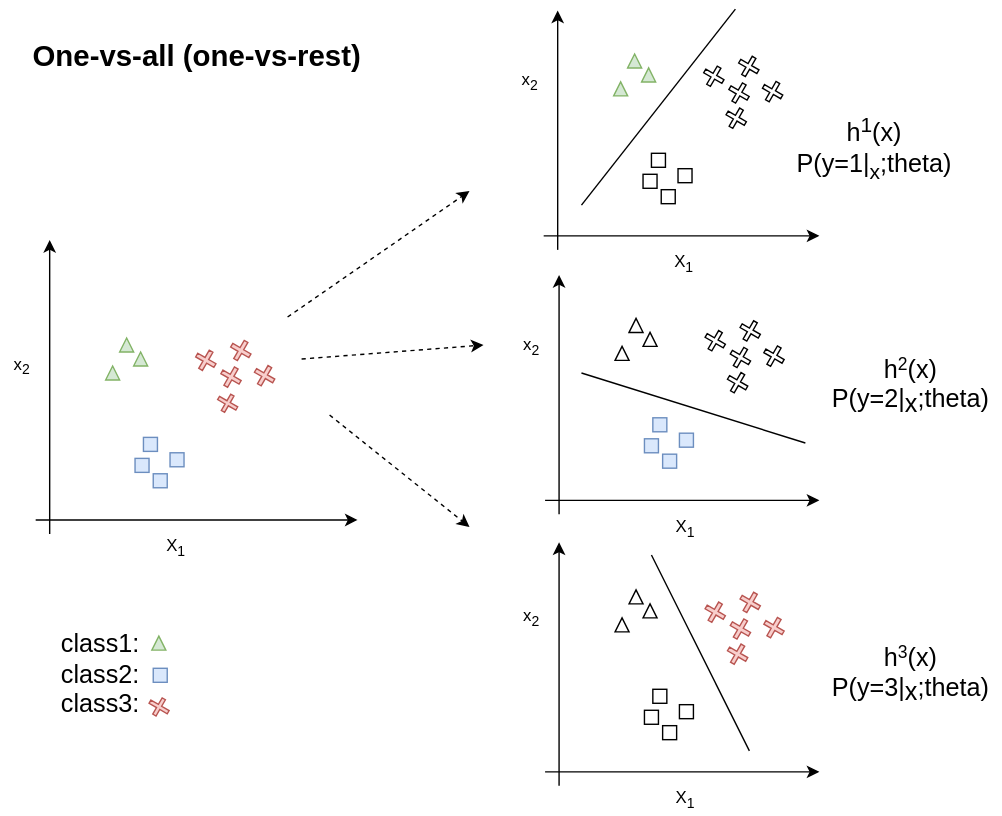
The draw.io diagram media/one-vs-all.drawio.svg in arun-jathari/data-science-, before a commit. Source tidied: cells renumbered, new cells last; positions are measured from the earlier drawing's top-left corner, leaving out a move shared by most shapes.
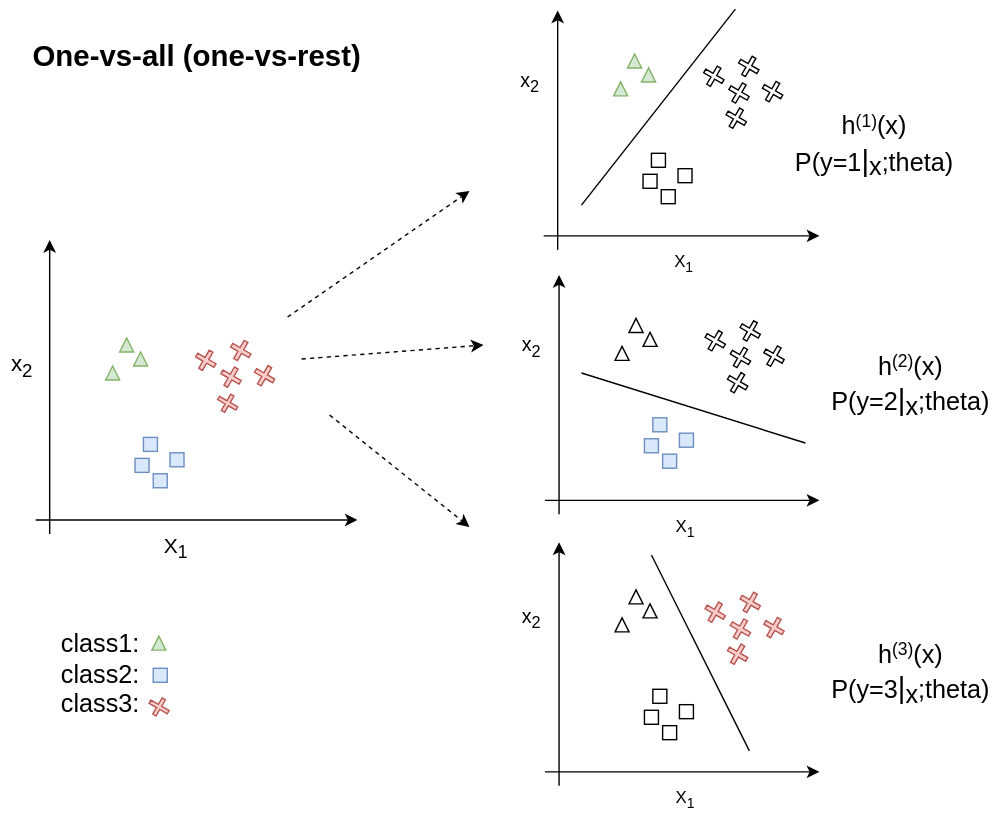
After the change.

The edit, as a diff of the source:
```diff
@@ -14,10 +14,10 @@
         <mxPoint x="255" y="365" as="targetPoint" />
       </mxGeometry>
     </mxCell>
-    <mxCell id="4" value="x&lt;sub&gt;2&lt;/sub&gt;" style="text;html=1;align=center;verticalAlign=middle;strokeColor=none;fillColor=none;" parent="1" vertex="1">
+    <mxCell id="4" value="&lt;font style=&quot;font-size: 16px&quot;&gt;x&lt;sub&gt;2&lt;/sub&gt;&lt;/font&gt;" style="text;html=1;align=center;verticalAlign=middle;strokeColor=none;fillColor=none;" parent="1" vertex="1">
       <mxGeometry y="245" width="30" height="20" as="geometry" />
     </mxCell>
-    <mxCell id="5" value="X&lt;sub&gt;1&lt;/sub&gt;" style="text;html=1;align=center;verticalAlign=middle;strokeColor=none;fillColor=none;" parent="1" vertex="1">
+    <mxCell id="5" value="&lt;font style=&quot;font-size: 15px&quot;&gt;X&lt;sub&gt;1&lt;/sub&gt;&lt;/font&gt;" style="text;html=1;align=center;verticalAlign=middle;strokeColor=none;fillColor=none;" parent="1" vertex="1">
       <mxGeometry x="110" y="375" width="30" height="20" as="geometry" />
     </mxCell>
     <mxCell id="6" style="triangle;whiteSpace=wrap;html=1;direction=west;rotation=90;fillColor=#d5e8d4;strokeColor=#82b366;" parent="1" vertex="1">
@@ -68,7 +68,7 @@
         <mxPoint x="585" y="162" as="targetPoint" />
       </mxGeometry>
     </mxCell>
-    <mxCell id="20" value="x&lt;sub&gt;2&lt;/sub&gt;" style="text;html=1;align=center;verticalAlign=middle;strokeColor=none;fillColor=none;" parent="1" vertex="1">
+    <mxCell id="20" value="&lt;font style=&quot;font-size: 14px&quot;&gt;x&lt;sub&gt;2&lt;/sub&gt;&lt;/font&gt;" style="text;html=1;align=center;verticalAlign=middle;strokeColor=none;fillColor=none;" parent="1" vertex="1">
       <mxGeometry x="363" y="42" width="30" height="20" as="geometry" />
     </mxCell>
     <mxCell id="21" value="X&lt;sub&gt;1&lt;/sub&gt;" style="text;html=1;align=center;verticalAlign=middle;strokeColor=none;fillColor=none;" parent="1" vertex="1">
@@ -122,7 +122,7 @@
         <mxPoint x="585" y="351" as="targetPoint" />
       </mxGeometry>
     </mxCell>
-    <mxCell id="36" value="x&lt;sub&gt;2&lt;/sub&gt;" style="text;html=1;align=center;verticalAlign=middle;strokeColor=none;fillColor=none;" parent="1" vertex="1">
+    <mxCell id="36" value="&lt;font style=&quot;font-size: 14px&quot;&gt;x&lt;sub&gt;2&lt;/sub&gt;&lt;/font&gt;" style="text;html=1;align=center;verticalAlign=middle;strokeColor=none;fillColor=none;" parent="1" vertex="1">
       <mxGeometry x="364" y="231" width="30" height="20" as="geometry" />
     </mxCell>
     <mxCell id="37" value="X&lt;sub&gt;1&lt;/sub&gt;" style="text;html=1;align=center;verticalAlign=middle;strokeColor=none;fillColor=none;" parent="1" vertex="1">
@@ -176,7 +176,7 @@
         <mxPoint x="585" y="545" as="targetPoint" />
       </mxGeometry>
     </mxCell>
-    <mxCell id="52" value="x&lt;sub&gt;2&lt;/sub&gt;" style="text;html=1;align=center;verticalAlign=middle;strokeColor=none;fillColor=none;" parent="1" vertex="1">
+    <mxCell id="52" value="&lt;font style=&quot;font-size: 14px&quot;&gt;x&lt;sub&gt;2&lt;/sub&gt;&lt;/font&gt;" style="text;html=1;align=center;verticalAlign=middle;strokeColor=none;fillColor=none;" parent="1" vertex="1">
       <mxGeometry x="364" y="425" width="30" height="20" as="geometry" />
     </mxCell>
     <mxCell id="53" value="X&lt;sub&gt;1&lt;/sub&gt;" style="text;html=1;align=center;verticalAlign=middle;strokeColor=none;fillColor=none;" parent="1" vertex="1">
@@ -236,13 +236,13 @@
         <mxPoint x="535" y="530" as="targetPoint" />
       </mxGeometry>
     </mxCell>
-    <mxCell id="69" value="&lt;font style=&quot;font-size: 18px&quot;&gt;h&lt;sup&gt;1&lt;/sup&gt;(x)&lt;br&gt;P(y=1|&lt;sub&gt;x&lt;/sub&gt;;theta)&lt;br&gt;&lt;/font&gt;" style="text;html=1;align=center;verticalAlign=middle;strokeColor=none;fillColor=none;" parent="1" vertex="1">
+    <mxCell id="69" value="&lt;font style=&quot;font-size: 12.5px&quot;&gt;&lt;span style=&quot;font-size: 18px&quot;&gt;h&lt;/span&gt;&lt;sup&gt;&lt;font style=&quot;font-size: 12.5px&quot;&gt;(&lt;/font&gt;&lt;/sup&gt;&lt;sup&gt;&lt;font style=&quot;font-size: 12.5px&quot;&gt;1)&lt;/font&gt;&lt;/sup&gt;&lt;span style=&quot;font-size: 18px&quot;&gt;(x)&lt;/span&gt;&lt;br&gt;&lt;span style=&quot;font-size: 18px&quot;&gt;P(y=1&lt;/span&gt;&lt;font style=&quot;font-size: 21px&quot;&gt;|&lt;/font&gt;&lt;sub&gt;&lt;font style=&quot;font-size: 18px&quot;&gt;x&lt;/font&gt;&lt;/sub&gt;&lt;span style=&quot;font-size: 18px&quot;&gt;;theta)&lt;/span&gt;&lt;br&gt;&lt;/font&gt;" style="text;html=1;align=center;verticalAlign=middle;strokeColor=none;fillColor=none;" parent="1" vertex="1">
       <mxGeometry x="559.1" y="74" width="130" height="50" as="geometry" />
     </mxCell>
-    <mxCell id="70" value="&lt;font style=&quot;font-size: 18px&quot;&gt;h&lt;/font&gt;&lt;font&gt;&lt;span style=&quot;font-size: 15px&quot;&gt;&lt;sup&gt;2&lt;/sup&gt;&lt;/span&gt;&lt;span style=&quot;font-size: 18px&quot;&gt;(x)&lt;/span&gt;&lt;br&gt;&lt;span style=&quot;font-size: 18px&quot;&gt;P(y=2|&lt;/span&gt;&lt;sub style=&quot;font-size: 18px&quot;&gt;x&lt;/sub&gt;&lt;span style=&quot;font-size: 18px&quot;&gt;;theta)&lt;/span&gt;&lt;br&gt;&lt;/font&gt;" style="text;html=1;align=center;verticalAlign=middle;strokeColor=none;fillColor=none;" parent="1" vertex="1">
+    <mxCell id="70" value="&lt;font style=&quot;font-size: 18px&quot;&gt;h&lt;/font&gt;&lt;font&gt;&lt;span style=&quot;font-size: 15px&quot;&gt;&lt;sup&gt;(2)&lt;/sup&gt;&lt;/span&gt;&lt;span style=&quot;font-size: 18px&quot;&gt;(x)&lt;/span&gt;&lt;br&gt;&lt;span style=&quot;font-size: 18px&quot;&gt;P(y=2&lt;/span&gt;&lt;font style=&quot;font-size: 21px&quot;&gt;|&lt;/font&gt;&lt;sub style=&quot;font-size: 18px&quot;&gt;x&lt;/sub&gt;&lt;span style=&quot;font-size: 18px&quot;&gt;;theta)&lt;/span&gt;&lt;br&gt;&lt;/font&gt;" style="text;html=1;align=center;verticalAlign=middle;strokeColor=none;fillColor=none;" parent="1" vertex="1">
       <mxGeometry x="585" y="250" width="130" height="40" as="geometry" />
     </mxCell>
-    <mxCell id="71" value="&lt;font style=&quot;font-size: 18px&quot;&gt;h&lt;/font&gt;&lt;font style=&quot;font-size: 15px&quot;&gt;&lt;sup&gt;3&lt;/sup&gt;&lt;/font&gt;&lt;font&gt;&lt;span style=&quot;font-size: 18px&quot;&gt;(x)&lt;/span&gt;&lt;br&gt;&lt;span style=&quot;font-size: 18px&quot;&gt;P(y=3|&lt;/span&gt;&lt;sub style=&quot;font-size: 18px&quot;&gt;x&lt;/sub&gt;&lt;span style=&quot;font-size: 18px&quot;&gt;;theta)&lt;/span&gt;&lt;br&gt;&lt;/font&gt;" style="text;html=1;align=center;verticalAlign=middle;strokeColor=none;fillColor=none;" parent="1" vertex="1">
+    <mxCell id="71" value="&lt;font style=&quot;font-size: 18px&quot;&gt;h&lt;/font&gt;&lt;font style=&quot;font-size: 15px&quot;&gt;&lt;sup&gt;(3)&lt;/sup&gt;&lt;/font&gt;&lt;font&gt;&lt;span style=&quot;font-size: 18px&quot;&gt;(x)&lt;/span&gt;&lt;br&gt;&lt;span style=&quot;font-size: 18px&quot;&gt;P(y=3&lt;/span&gt;&lt;font style=&quot;font-size: 21px&quot;&gt;|&lt;/font&gt;&lt;sub style=&quot;font-size: 18px&quot;&gt;x&lt;/sub&gt;&lt;span style=&quot;font-size: 18px&quot;&gt;;theta)&lt;/span&gt;&lt;br&gt;&lt;/font&gt;" style="text;html=1;align=center;verticalAlign=middle;strokeColor=none;fillColor=none;" parent="1" vertex="1">
       <mxGeometry x="585" y="456" width="130" height="40" as="geometry" />
     </mxCell>
     <mxCell id="72" style="endArrow=classic;html=1;rounded=0;fontSize=18;dashed=1;" parent="1" edge="1">
```
